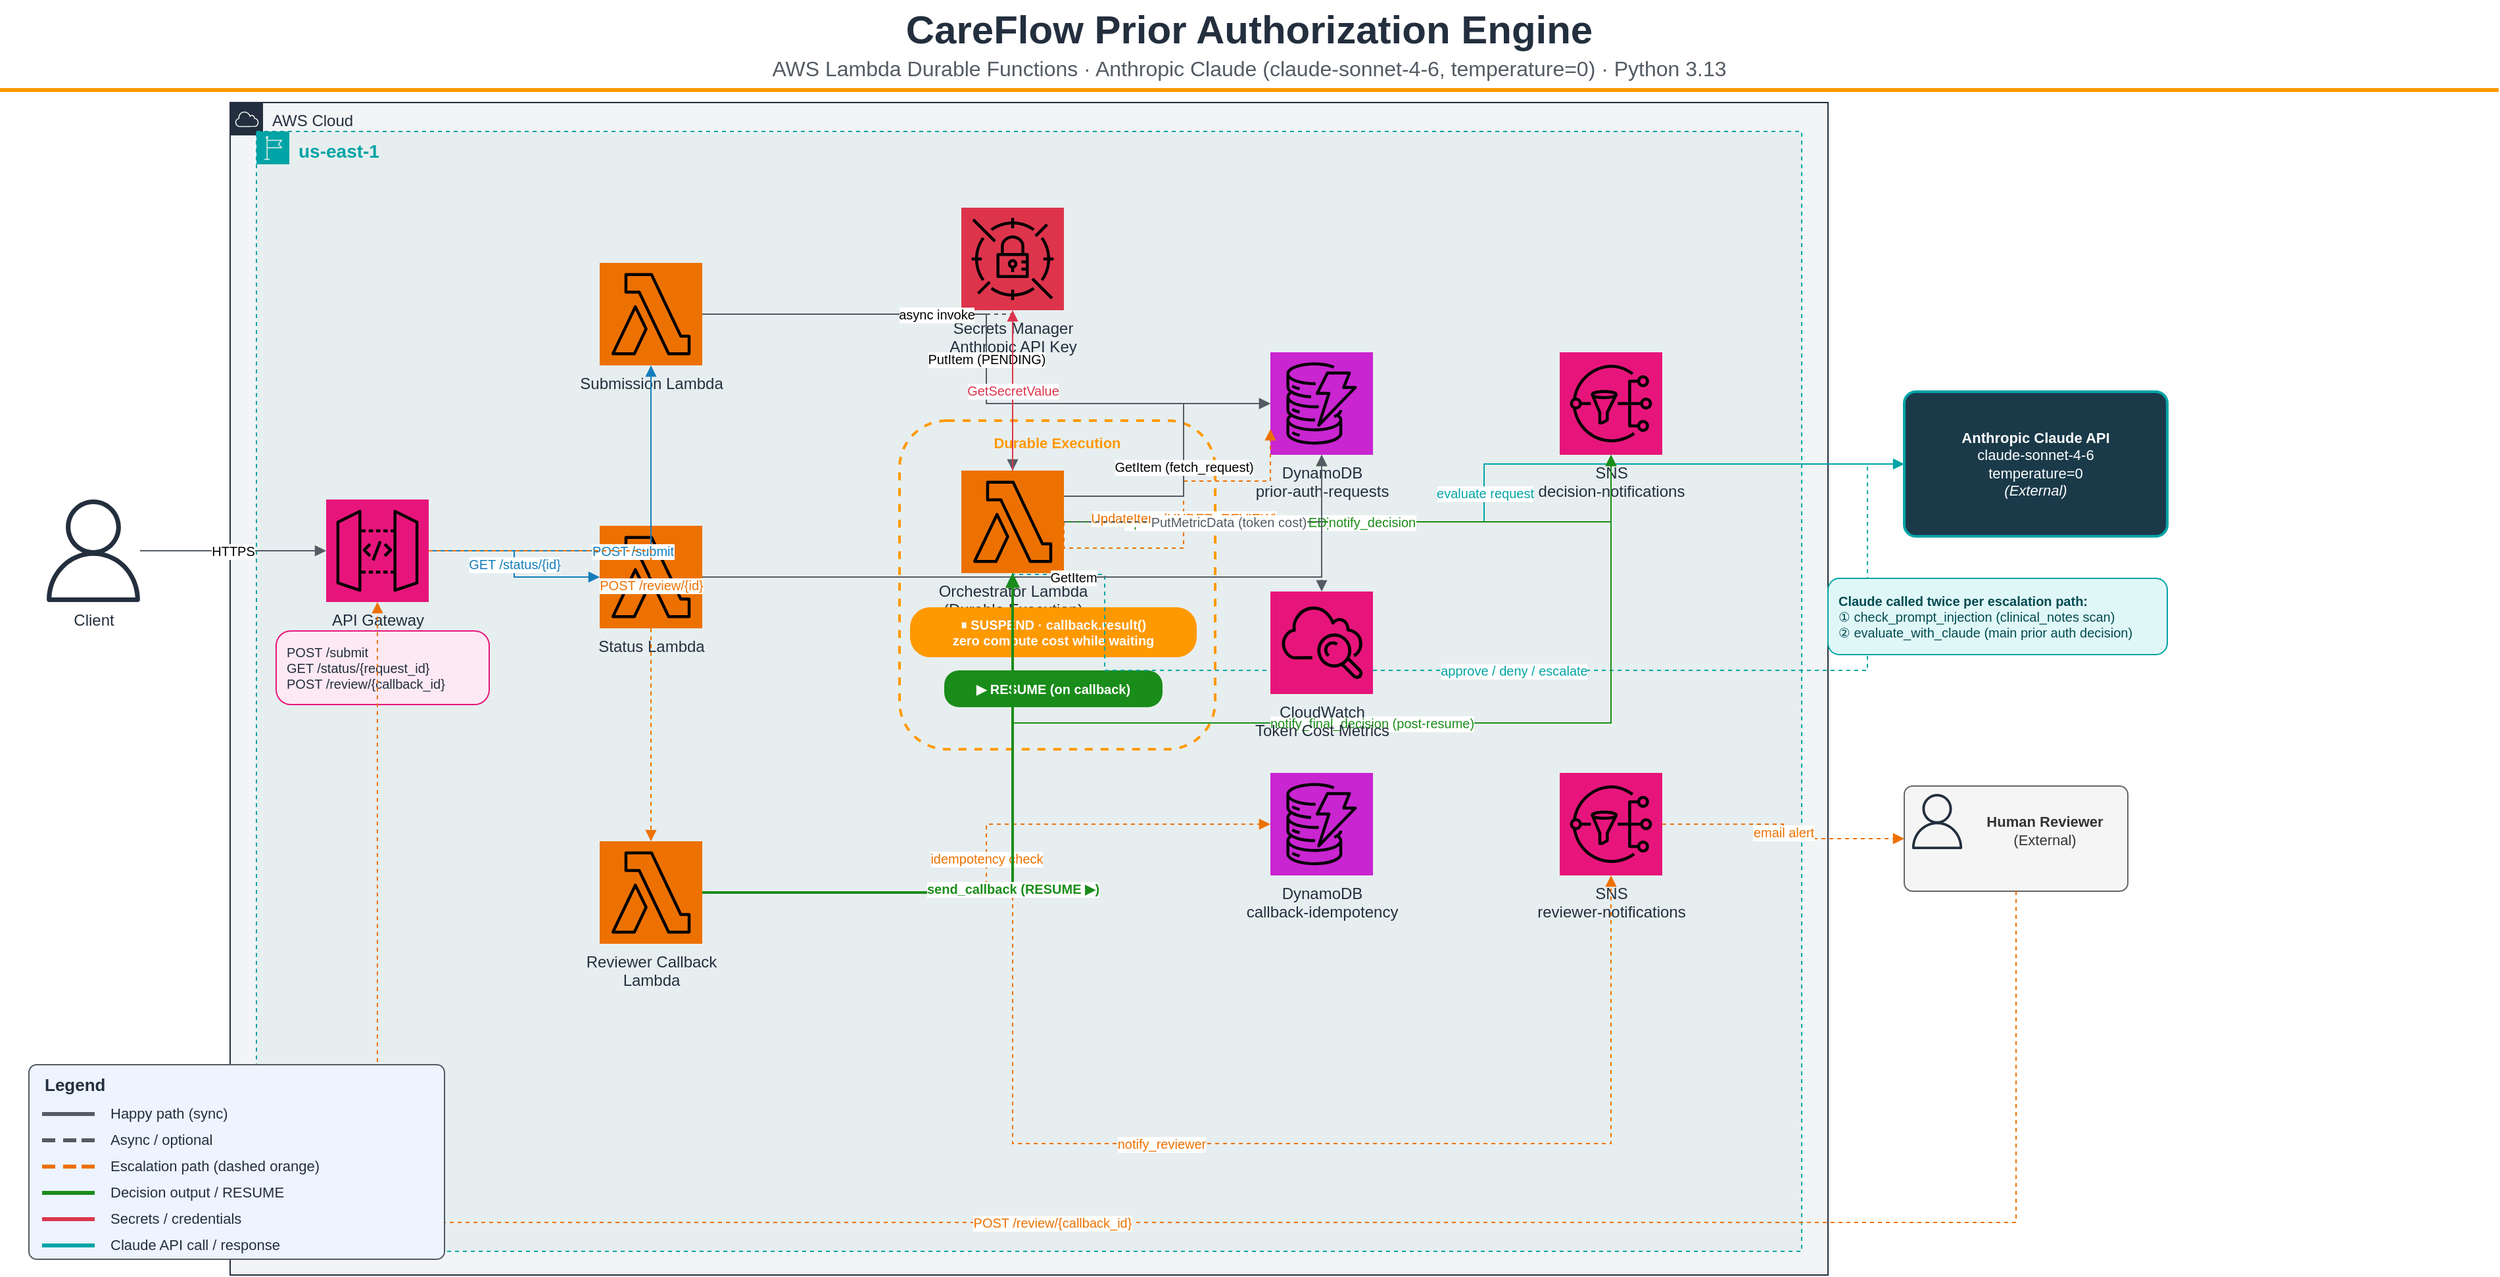
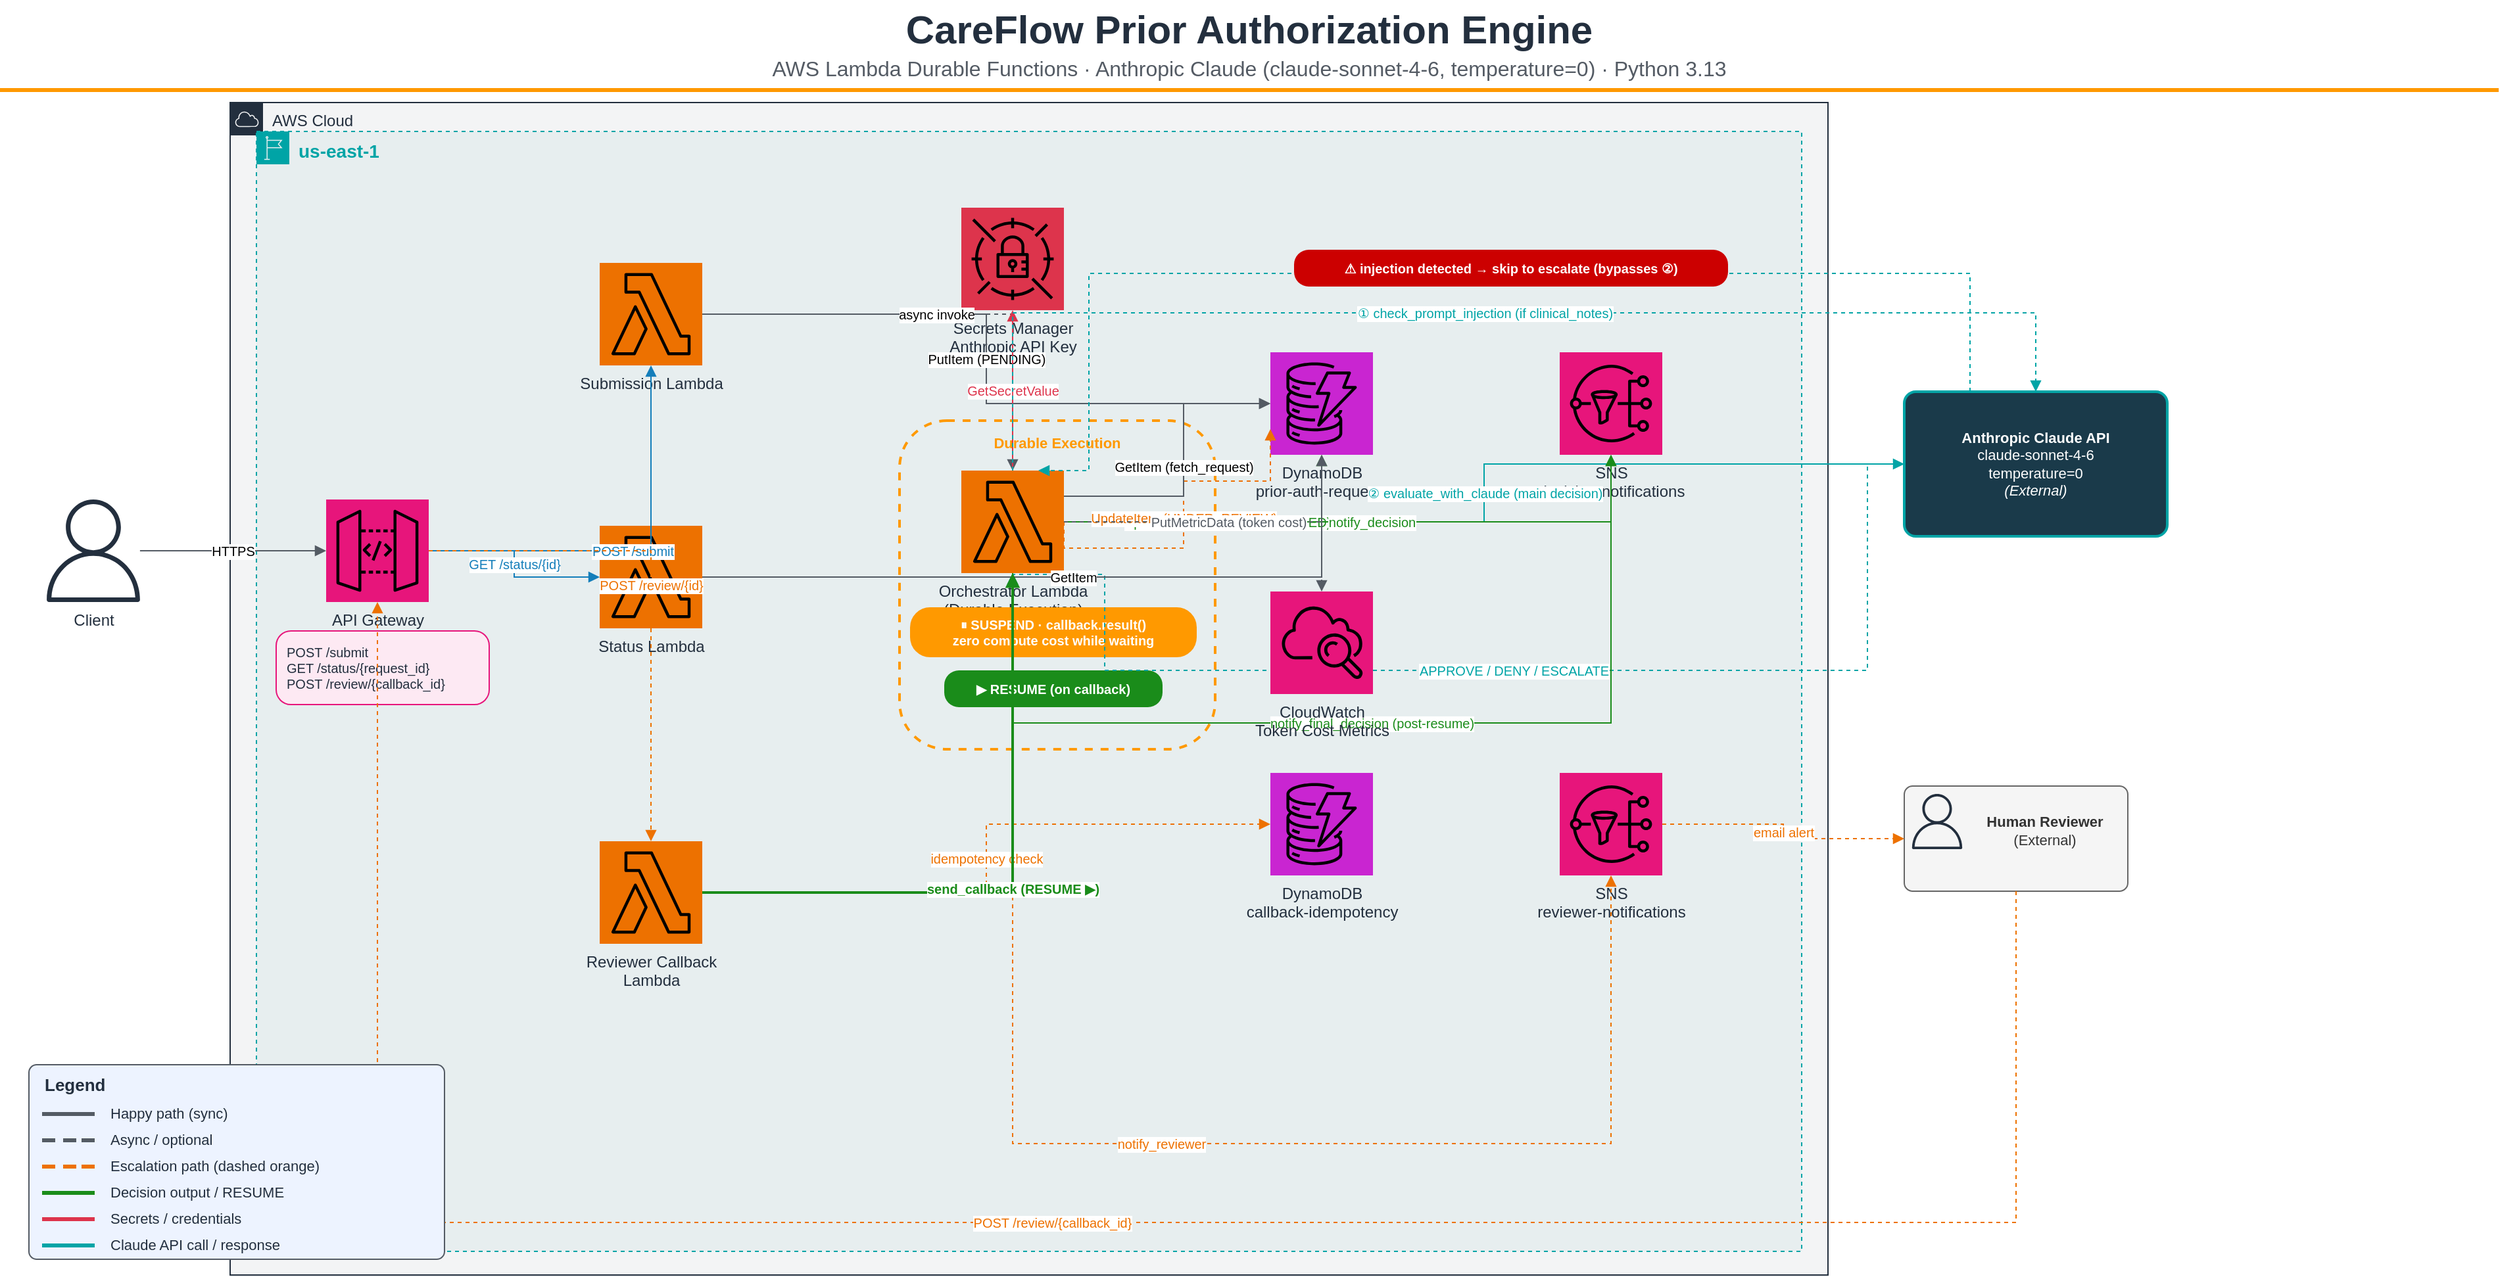
<?xml version="1.0" encoding="UTF-8"?>
<mxGraphModel dx="1422" dy="762" grid="1" gridSize="10" guides="1" tooltips="1" connect="1" arrows="1" fold="1" page="1" pageScale="1" pageWidth="1900" pageHeight="1100" math="0" shadow="0">
  <root>
    <mxCell id="0" />
    <mxCell id="1" parent="0" />

    <mxCell id="title-text" value="CareFlow Prior Authorization Engine" style="text;html=1;strokeColor=none;fillColor=none;align=center;verticalAlign=middle;whiteSpace=wrap;rounded=0;fontSize=30;fontStyle=1;fontFamily=Helvetica;fontColor=#232F3E;" vertex="1" parent="1">
      <mxGeometry x="0" y="10" width="1900" height="44" as="geometry" />
    </mxCell>
    <mxCell id="title-subtitle" value="AWS Lambda Durable Functions · Anthropic Claude (claude-sonnet-4-6, temperature=0) · Python 3.13" style="text;html=1;strokeColor=none;fillColor=none;align=center;verticalAlign=middle;whiteSpace=wrap;rounded=0;fontSize=16;fontFamily=Helvetica;fontColor=#545B64;" vertex="1" parent="1">
      <mxGeometry x="0" y="50" width="1900" height="24" as="geometry" />
    </mxCell>
    <mxCell id="title-line" value="" style="rounded=0;whiteSpace=wrap;html=1;fillColor=#FF9900;strokeColor=none;" vertex="1" parent="1">
      <mxGeometry x="0" y="77" width="1900" height="3" as="geometry" />
    </mxCell>

    <mxCell id="aws-cloud" value="AWS Cloud" style="points=[[0,0],[0.25,0],[0.5,0],[0.75,0],[1,0],[1,0.25],[1,0.5],[1,0.75],[1,1],[0.75,1],[0.5,1],[0.25,1],[0,1],[0,0.75],[0,0.5],[0,0.25]];outlineConnect=0;gradientColor=none;html=1;whiteSpace=wrap;fontSize=12;fontStyle=0;shape=mxgraph.aws4.group;grIcon=mxgraph.aws4.group_aws_cloud;strokeColor=#232F3E;fillColor=light-dark(#232F3E0D,#232F3E0D);fillStyle=auto;verticalAlign=top;align=left;spacingLeft=30;fontColor=#232F3E;dashed=0;container=0;pointerEvents=0;collapsible=0;recursiveResize=0;" vertex="1" parent="1">
      <mxGeometry x="175" y="88" width="1215" height="892" as="geometry" />
    </mxCell>
    <mxCell id="region-us-east-1" value="us-east-1" style="points=[[0,0],[0.25,0],[0.5,0],[0.75,0],[1,0],[1,0.25],[1,0.5],[1,0.75],[1,1],[0.75,1],[0.5,1],[0.25,1],[0,1],[0,0.75],[0,0.5],[0,0.25]];outlineConnect=0;gradientColor=none;html=1;whiteSpace=wrap;fontSize=14;fontStyle=1;shape=mxgraph.aws4.group;grIcon=mxgraph.aws4.group_region;strokeColor=#00A4A6;fillColor=light-dark(#0C7B7D0D,#0C7B7D0D);fillStyle=auto;verticalAlign=top;align=left;spacingLeft=30;fontColor=#00A4A6;dashed=1;container=0;pointerEvents=0;collapsible=0;recursiveResize=0;" vertex="1" parent="1">
      <mxGeometry x="195" y="110" width="1175" height="852" as="geometry" />
    </mxCell>

    <mxCell id="client-actor" value="Client" style="outlineConnect=0;fontColor=#232F3E;gradientColor=none;fillColor=#232F3E;strokeColor=none;dashed=0;verticalLabelPosition=bottom;verticalAlign=top;align=center;html=1;fontSize=12;fontStyle=0;aspect=fixed;pointerEvents=1;shape=mxgraph.aws4.user;" vertex="1" parent="1">
      <mxGeometry x="32" y="390" width="78" height="78" as="geometry" />
    </mxCell>

    <mxCell id="claude-api-bg" value="" style="rounded=1;whiteSpace=wrap;html=1;fillColor=#1a3a4a;strokeColor=#00A4A6;strokeWidth=2;arcSize=8;" vertex="1" parent="1">
      <mxGeometry x="1448" y="308" width="200" height="110" as="geometry" />
    </mxCell>
    <mxCell id="claude-api-label" value="&lt;font color=&quot;#ffffff&quot;&gt;&lt;b&gt;Anthropic Claude API&lt;/b&gt;&lt;br&gt;claude-sonnet-4-6&lt;br&gt;temperature=0&lt;br&gt;&lt;i&gt;(External)&lt;/i&gt;&lt;/font&gt;" style="text;html=1;strokeColor=none;fillColor=none;align=center;verticalAlign=middle;whiteSpace=wrap;rounded=0;fontSize=11;fontFamily=Helvetica;" vertex="1" parent="1">
      <mxGeometry x="1448" y="308" width="200" height="110" as="geometry" />
    </mxCell>

    <mxCell id="human-reviewer-bg" value="" style="rounded=1;whiteSpace=wrap;html=1;fillColor=#f5f5f5;strokeColor=#666666;arcSize=8;" vertex="1" parent="1">
      <mxGeometry x="1448" y="608" width="170" height="80" as="geometry" />
    </mxCell>
    <mxCell id="human-reviewer-icon" value="" style="outlineConnect=0;fontColor=#232F3E;gradientColor=none;fillColor=#232F3E;strokeColor=none;dashed=0;verticalLabelPosition=bottom;verticalAlign=top;align=center;html=1;fontSize=12;fontStyle=0;aspect=fixed;pointerEvents=1;shape=mxgraph.aws4.user;" vertex="1" parent="1">
      <mxGeometry x="1452" y="614" width="42" height="42" as="geometry" />
    </mxCell>
    <mxCell id="human-reviewer-label" value="&lt;b&gt;Human Reviewer&lt;/b&gt;&lt;br&gt;(External)" style="text;html=1;strokeColor=none;fillColor=none;align=center;verticalAlign=middle;whiteSpace=wrap;rounded=0;fontSize=11;fontFamily=Helvetica;fontColor=#333333;" vertex="1" parent="1">
      <mxGeometry x="1494" y="614" width="122" height="56" as="geometry" />
    </mxCell>

    <mxCell id="apigw" value="API Gateway&lt;br&gt;HTTP API v2" style="outlineConnect=0;fontColor=#232F3E;gradientColor=none;fillColor=#E7157B;strokeColor=none;dashed=0;verticalLabelPosition=bottom;verticalAlign=top;align=center;html=1;fontSize=12;fontStyle=0;aspect=fixed;pointerEvents=1;shape=mxgraph.aws4.resourceIcon;resIcon=mxgraph.aws4.api_gateway;" vertex="1" parent="1">
      <mxGeometry x="248" y="390" width="78" height="78" as="geometry" />
    </mxCell>
    <mxCell id="apigw-routes" value="POST /submit&lt;br&gt;GET /status/{request_id}&lt;br&gt;POST /review/{callback_id}" style="text;html=1;strokeColor=#E7157B;fillColor=light-dark(#FDE9F3,#2D1020);fillStyle=auto;align=left;verticalAlign=middle;whiteSpace=wrap;rounded=1;fontSize=10;fontFamily=Helvetica;fontColor=light-dark(#232F3E,#ffffff);arcSize=20;spacingLeft=6;" vertex="1" parent="1">
      <mxGeometry x="210" y="490" width="162" height="56" as="geometry" />
    </mxCell>

    <mxCell id="lambda-submission" value="Submission Lambda" style="outlineConnect=0;fontColor=#232F3E;gradientColor=none;fillColor=#ED7100;strokeColor=none;dashed=0;verticalLabelPosition=bottom;verticalAlign=top;align=center;html=1;fontSize=12;fontStyle=0;aspect=fixed;pointerEvents=1;shape=mxgraph.aws4.resourceIcon;resIcon=mxgraph.aws4.lambda;" vertex="1" parent="1">
      <mxGeometry x="456" y="210" width="78" height="78" as="geometry" />
    </mxCell>
    <mxCell id="lambda-status" value="Status Lambda" style="outlineConnect=0;fontColor=#232F3E;gradientColor=none;fillColor=#ED7100;strokeColor=none;dashed=0;verticalLabelPosition=bottom;verticalAlign=top;align=center;html=1;fontSize=12;fontStyle=0;aspect=fixed;pointerEvents=1;shape=mxgraph.aws4.resourceIcon;resIcon=mxgraph.aws4.lambda;" vertex="1" parent="1">
      <mxGeometry x="456" y="410" width="78" height="78" as="geometry" />
    </mxCell>
    <mxCell id="lambda-reviewer-cb" value="Reviewer Callback&lt;br&gt;Lambda" style="outlineConnect=0;fontColor=#232F3E;gradientColor=none;fillColor=#ED7100;strokeColor=none;dashed=0;verticalLabelPosition=bottom;verticalAlign=top;align=center;html=1;fontSize=12;fontStyle=0;aspect=fixed;pointerEvents=1;shape=mxgraph.aws4.resourceIcon;resIcon=mxgraph.aws4.lambda;" vertex="1" parent="1">
      <mxGeometry x="456" y="650" width="78" height="78" as="geometry" />
    </mxCell>

    <mxCell id="durable-group" value="Durable Execution" style="rounded=1;whiteSpace=wrap;html=1;fillColor=none;strokeColor=#FF9900;dashed=1;strokeWidth=2;verticalAlign=top;align=center;fontSize=11;fontStyle=1;fontFamily=Helvetica;fontColor=#FF9900;spacingTop=4;" vertex="1" parent="1">
      <mxGeometry x="684" y="330" width="240" height="250" as="geometry" />
    </mxCell>

    <mxCell id="secrets-mgr" value="Secrets Manager&lt;br&gt;Anthropic API Key" style="outlineConnect=0;fontColor=#232F3E;gradientColor=none;fillColor=#DD344C;strokeColor=none;dashed=0;verticalLabelPosition=bottom;verticalAlign=top;align=center;html=1;fontSize=12;fontStyle=0;aspect=fixed;pointerEvents=1;shape=mxgraph.aws4.resourceIcon;resIcon=mxgraph.aws4.secrets_manager;" vertex="1" parent="1">
      <mxGeometry x="731" y="168" width="78" height="78" as="geometry" />
    </mxCell>

    <mxCell id="lambda-orchestrator" value="Orchestrator Lambda&lt;br&gt;(Durable Execution)" style="outlineConnect=0;fontColor=#232F3E;gradientColor=none;fillColor=#ED7100;strokeColor=none;dashed=0;verticalLabelPosition=bottom;verticalAlign=top;align=center;html=1;fontSize=12;fontStyle=0;aspect=fixed;pointerEvents=1;shape=mxgraph.aws4.resourceIcon;resIcon=mxgraph.aws4.lambda;" vertex="1" parent="1">
      <mxGeometry x="731" y="368" width="78" height="78" as="geometry" />
    </mxCell>

    <mxCell id="suspend-badge" value="&#x23F8; SUSPEND · callback.result()&lt;br&gt;zero compute cost while waiting" style="rounded=1;whiteSpace=wrap;html=1;fillColor=#FF9900;strokeColor=none;fontColor=#ffffff;fontSize=10;fontStyle=1;fontFamily=Helvetica;arcSize=40;" vertex="1" parent="1">
      <mxGeometry x="692" y="472" width="218" height="38" as="geometry" />
    </mxCell>
    <mxCell id="resume-badge" value="&#x25B6; RESUME (on callback)" style="rounded=1;whiteSpace=wrap;html=1;fillColor=#1a8c1a;strokeColor=none;fontColor=#ffffff;fontSize=10;fontStyle=1;fontFamily=Helvetica;arcSize=40;" vertex="1" parent="1">
      <mxGeometry x="718" y="520" width="166" height="28" as="geometry" />
    </mxCell>

    <mxCell id="dynamo-requests" value="DynamoDB&lt;br&gt;prior-auth-requests" style="outlineConnect=0;fontColor=#232F3E;gradientColor=none;fillColor=#C925D1;strokeColor=none;dashed=0;verticalLabelPosition=bottom;verticalAlign=top;align=center;html=1;fontSize=12;fontStyle=0;aspect=fixed;pointerEvents=1;shape=mxgraph.aws4.resourceIcon;resIcon=mxgraph.aws4.dynamodb;" vertex="1" parent="1">
      <mxGeometry x="966" y="278" width="78" height="78" as="geometry" />
    </mxCell>
    <mxCell id="dynamo-idempotency" value="DynamoDB&lt;br&gt;callback-idempotency" style="outlineConnect=0;fontColor=#232F3E;gradientColor=none;fillColor=#C925D1;strokeColor=none;dashed=0;verticalLabelPosition=bottom;verticalAlign=top;align=center;html=1;fontSize=12;fontStyle=0;aspect=fixed;pointerEvents=1;shape=mxgraph.aws4.resourceIcon;resIcon=mxgraph.aws4.dynamodb;" vertex="1" parent="1">
      <mxGeometry x="966" y="598" width="78" height="78" as="geometry" />
    </mxCell>

    <mxCell id="sns-decisions" value="SNS&lt;br&gt;decision-notifications" style="outlineConnect=0;fontColor=#232F3E;gradientColor=none;fillColor=#E7157B;strokeColor=none;dashed=0;verticalLabelPosition=bottom;verticalAlign=top;align=center;html=1;fontSize=12;fontStyle=0;aspect=fixed;pointerEvents=1;shape=mxgraph.aws4.resourceIcon;resIcon=mxgraph.aws4.sns;" vertex="1" parent="1">
      <mxGeometry x="1186" y="278" width="78" height="78" as="geometry" />
    </mxCell>
    <mxCell id="sns-reviewer" value="SNS&lt;br&gt;reviewer-notifications" style="outlineConnect=0;fontColor=#232F3E;gradientColor=none;fillColor=#E7157B;strokeColor=none;dashed=0;verticalLabelPosition=bottom;verticalAlign=top;align=center;html=1;fontSize=12;fontStyle=0;aspect=fixed;pointerEvents=1;shape=mxgraph.aws4.resourceIcon;resIcon=mxgraph.aws4.sns;" vertex="1" parent="1">
      <mxGeometry x="1186" y="598" width="78" height="78" as="geometry" />
    </mxCell>

    <mxCell id="edge-client-apigw" value="HTTPS" style="edgeStyle=orthogonalEdgeStyle;html=1;endArrow=block;endFill=1;startArrow=none;strokeColor=#545B64;rounded=0;fontFamily=Helvetica;fontSize=10;" edge="1" source="client-actor" target="apigw" parent="1">
      <mxGeometry relative="1" as="geometry" />
    </mxCell>

    <mxCell id="edge-apigw-submission" value="POST /submit" style="edgeStyle=orthogonalEdgeStyle;html=1;endArrow=block;endFill=1;startArrow=none;strokeColor=#147EBA;fontColor=#147EBA;rounded=0;fontFamily=Helvetica;fontSize=10;" edge="1" source="apigw" target="lambda-submission" parent="1">
      <mxGeometry relative="1" as="geometry" />
    </mxCell>
    <mxCell id="edge-apigw-status" value="GET /status/{id}" style="edgeStyle=orthogonalEdgeStyle;html=1;endArrow=block;endFill=1;startArrow=none;strokeColor=#147EBA;fontColor=#147EBA;rounded=0;fontFamily=Helvetica;fontSize=10;" edge="1" source="apigw" target="lambda-status" parent="1">
      <mxGeometry relative="1" as="geometry" />
    </mxCell>
    <mxCell id="edge-apigw-reviewer-cb" value="POST /review/{id}" style="edgeStyle=orthogonalEdgeStyle;html=1;endArrow=block;endFill=1;startArrow=none;strokeColor=#ED7100;fontColor=#ED7100;rounded=0;dashed=1;fontFamily=Helvetica;fontSize=10;" edge="1" source="apigw" target="lambda-reviewer-cb" parent="1">
      <mxGeometry relative="1" as="geometry" />
    </mxCell>

    <mxCell id="edge-submission-dynamo" value="PutItem (PENDING)" style="edgeStyle=orthogonalEdgeStyle;html=1;endArrow=block;endFill=1;startArrow=none;strokeColor=#545B64;rounded=0;fontFamily=Helvetica;fontSize=10;" edge="1" source="lambda-submission" target="dynamo-requests" parent="1">
      <mxGeometry relative="1" as="geometry" />
    </mxCell>
    <mxCell id="edge-submission-orchestrator" value="async invoke" style="edgeStyle=orthogonalEdgeStyle;html=1;endArrow=block;endFill=1;startArrow=none;strokeColor=#545B64;rounded=0;dashed=1;fontFamily=Helvetica;fontSize=10;" edge="1" source="lambda-submission" target="lambda-orchestrator" parent="1">
      <mxGeometry relative="1" as="geometry" />
    </mxCell>

    <mxCell id="edge-orchestrator-secrets" value="GetSecretValue" style="edgeStyle=orthogonalEdgeStyle;html=1;endArrow=block;endFill=1;startArrow=none;strokeColor=#DD344C;fontColor=#DD344C;rounded=0;fontFamily=Helvetica;fontSize=10;" edge="1" source="lambda-orchestrator" target="secrets-mgr" parent="1">
      <mxGeometry relative="1" as="geometry" />
    </mxCell>

-     <mxCell id="edge-orchestrator-claude" value="evaluate request" style="edgeStyle=orthogonalEdgeStyle;html=1;endArrow=block;endFill=1;startArrow=none;strokeColor=#00A4A6;fontColor=#00A4A6;rounded=0;fontFamily=Helvetica;fontSize=10;" edge="1" source="lambda-orchestrator" target="claude-api-bg" parent="1">
-       <mxGeometry relative="1" as="geometry" />
-     </mxCell>
-     <mxCell id="edge-claude-orchestrator" value="approve / deny / escalate" style="edgeStyle=orthogonalEdgeStyle;html=1;endArrow=block;endFill=1;startArrow=none;strokeColor=#00A4A6;fontColor=#00A4A6;rounded=0;dashed=1;fontFamily=Helvetica;fontSize=10;exitX=0;exitY=0.5;exitDx=0;exitDy=0;" edge="1" source="claude-api-bg" target="lambda-orchestrator" parent="1">
+     <!-- Step ①: check_prompt_injection — routed above main eval arrow -->
+     <mxCell id="edge-orchestrator-claude-injection" value="① check_prompt_injection (if clinical_notes)" style="edgeStyle=orthogonalEdgeStyle;html=1;endArrow=block;endFill=1;startArrow=none;strokeColor=#00A4A6;fontColor=#00A4A6;rounded=0;dashed=1;fontFamily=Helvetica;fontSize=10;exitX=0.5;exitY=0;exitDx=0;exitDy=0;entryX=0.5;entryY=0;entryDx=0;entryDy=0;" edge="1" source="lambda-orchestrator" target="claude-api-bg" parent="1">
+       <mxGeometry relative="1" as="geometry">
+         <Array as="points">
+           <mxPoint x="770" y="248" />
+           <mxPoint x="1548" y="248" />
+         </Array>
+       </mxGeometry>
+     </mxCell>
+     <!-- Injection result return — short path back from top of Claude box -->
+     <mxCell id="edge-injection-return" value="safe / injection_detected" style="edgeStyle=orthogonalEdgeStyle;html=1;endArrow=block;endFill=1;startArrow=none;strokeColor=#00A4A6;fontColor=#00A4A6;rounded=0;dashed=1;fontFamily=Helvetica;fontSize=10;exitX=0.25;exitY=0;exitDx=0;exitDy=0;entryX=0.75;entryY=0;entryDx=0;entryDy=0;" edge="1" source="claude-api-bg" target="lambda-orchestrator" parent="1">
+       <mxGeometry relative="1" as="geometry">
+         <Array as="points">
+           <mxPoint x="1498" y="218" />
+           <mxPoint x="828" y="218" />
+         </Array>
+       </mxGeometry>
+     </mxCell>
+     <!-- Injection detected bypass badge -->
+     <mxCell id="injection-bypass-badge" value="⚠ injection detected → skip to escalate (bypasses ②)" style="rounded=1;whiteSpace=wrap;html=1;fillColor=#CC0000;strokeColor=none;fontColor=#ffffff;fontSize=10;fontStyle=1;fontFamily=Helvetica;arcSize=40;" vertex="1" parent="1">
+       <mxGeometry x="984" y="200" width="330" height="28" as="geometry" />
+     </mxCell>
+     <!-- Step ②: main Claude evaluation -->
+     <mxCell id="edge-orchestrator-claude" value="② evaluate_with_claude (main decision)" style="edgeStyle=orthogonalEdgeStyle;html=1;endArrow=block;endFill=1;startArrow=none;strokeColor=#00A4A6;fontColor=#00A4A6;rounded=0;fontFamily=Helvetica;fontSize=10;exitX=1;exitY=0.5;exitDx=0;exitDy=0;entryX=0;entryY=0.5;entryDx=0;entryDy=0;" edge="1" source="lambda-orchestrator" target="claude-api-bg" parent="1">
+       <mxGeometry relative="1" as="geometry" />
+     </mxCell>
+     <mxCell id="edge-claude-orchestrator" value="APPROVE / DENY / ESCALATE" style="edgeStyle=orthogonalEdgeStyle;html=1;endArrow=block;endFill=1;startArrow=none;strokeColor=#00A4A6;fontColor=#00A4A6;rounded=0;dashed=1;fontFamily=Helvetica;fontSize=10;exitX=0;exitY=0.5;exitDx=0;exitDy=0;" edge="1" source="claude-api-bg" target="lambda-orchestrator" parent="1">
      <mxGeometry relative="1" as="geometry">
        <Array as="points">
          <mxPoint x="1420" y="363" />
          <mxPoint x="1420" y="520" />
          <mxPoint x="840" y="520" />
          <mxPoint x="840" y="447" />
        </Array>
      </mxGeometry>
    </mxCell>

    <mxCell id="edge-orchestrator-dynamo-happy" value="UpdateItem (APPROVED/DENIED)" style="edgeStyle=orthogonalEdgeStyle;html=1;endArrow=block;endFill=1;startArrow=none;strokeColor=#1a8c1a;fontColor=#1a8c1a;rounded=0;fontFamily=Helvetica;fontSize=10;" edge="1" source="lambda-orchestrator" target="dynamo-requests" parent="1">
      <mxGeometry relative="1" as="geometry" />
    </mxCell>
    <mxCell id="edge-orchestrator-sns-decisions-happy" value="notify_decision" style="edgeStyle=orthogonalEdgeStyle;html=1;endArrow=block;endFill=1;startArrow=none;strokeColor=#1a8c1a;fontColor=#1a8c1a;rounded=0;fontFamily=Helvetica;fontSize=10;" edge="1" source="lambda-orchestrator" target="sns-decisions" parent="1">
      <mxGeometry relative="1" as="geometry" />
    </mxCell>

    <mxCell id="edge-status-dynamo" value="GetItem" style="edgeStyle=orthogonalEdgeStyle;html=1;endArrow=block;endFill=1;startArrow=none;strokeColor=#545B64;rounded=0;fontFamily=Helvetica;fontSize=10;" edge="1" source="lambda-status" target="dynamo-requests" parent="1">
      <mxGeometry relative="1" as="geometry" />
    </mxCell>

    <mxCell id="edge-orchestrator-dynamo-escalate" value="UpdateItem (UNDER_REVIEW)" style="edgeStyle=orthogonalEdgeStyle;html=1;endArrow=block;endFill=1;startArrow=none;strokeColor=#ED7100;fontColor=#ED7100;rounded=0;dashed=1;fontFamily=Helvetica;fontSize=10;exitX=1;exitY=0.5;exitDx=0;exitDy=0;entryX=0;entryY=0.75;entryDx=0;entryDy=0;" edge="1" source="lambda-orchestrator" target="dynamo-requests" parent="1">
      <mxGeometry relative="1" as="geometry">
        <Array as="points">
          <mxPoint x="900" y="427" />
          <mxPoint x="900" y="376" />
        </Array>
      </mxGeometry>
    </mxCell>
    <mxCell id="edge-orchestrator-sns-reviewer" value="notify_reviewer" style="edgeStyle=orthogonalEdgeStyle;html=1;endArrow=block;endFill=1;startArrow=none;strokeColor=#ED7100;fontColor=#ED7100;rounded=0;dashed=1;fontFamily=Helvetica;fontSize=10;exitX=0.5;exitY=1;exitDx=0;exitDy=0;" edge="1" source="lambda-orchestrator" target="sns-reviewer" parent="1">
      <mxGeometry relative="1" as="geometry">
        <Array as="points">
          <mxPoint x="770" y="880" />
          <mxPoint x="1225" y="880" />
        </Array>
      </mxGeometry>
    </mxCell>

    <mxCell id="edge-sns-reviewer-human" value="email alert" style="edgeStyle=orthogonalEdgeStyle;html=1;endArrow=block;endFill=1;startArrow=none;strokeColor=#ED7100;fontColor=#ED7100;rounded=0;dashed=1;fontFamily=Helvetica;fontSize=10;" edge="1" source="sns-reviewer" target="human-reviewer-bg" parent="1">
      <mxGeometry relative="1" as="geometry" />
    </mxCell>

    <mxCell id="edge-human-apigw" value="POST /review/{callback_id}" style="edgeStyle=orthogonalEdgeStyle;html=1;endArrow=block;endFill=1;startArrow=none;strokeColor=#ED7100;fontColor=#ED7100;rounded=0;dashed=1;fontFamily=Helvetica;fontSize=10;" edge="1" source="human-reviewer-bg" target="apigw" parent="1">
      <mxGeometry relative="1" as="geometry">
        <Array as="points">
          <mxPoint x="1533" y="940" />
          <mxPoint x="287" y="940" />
        </Array>
      </mxGeometry>
    </mxCell>

    <mxCell id="edge-reviewer-cb-idempotency" value="idempotency check" style="edgeStyle=orthogonalEdgeStyle;html=1;endArrow=block;endFill=1;startArrow=none;strokeColor=#ED7100;fontColor=#ED7100;rounded=0;dashed=1;fontFamily=Helvetica;fontSize=10;" edge="1" source="lambda-reviewer-cb" target="dynamo-idempotency" parent="1">
      <mxGeometry relative="1" as="geometry" />
    </mxCell>
    <mxCell id="edge-reviewer-cb-orchestrator" value="send_callback (RESUME &#x25B6;)" style="edgeStyle=orthogonalEdgeStyle;html=1;endArrow=block;endFill=1;startArrow=none;strokeColor=#1a8c1a;fontColor=#1a8c1a;strokeWidth=2;rounded=0;fontFamily=Helvetica;fontSize=10;fontStyle=1;" edge="1" source="lambda-reviewer-cb" target="lambda-orchestrator" parent="1">
      <mxGeometry relative="1" as="geometry" />
    </mxCell>

    <mxCell id="edge-orchestrator-sns-decisions-resume" value="notify_final_decision (post-resume)" style="edgeStyle=orthogonalEdgeStyle;html=1;endArrow=block;endFill=1;startArrow=none;strokeColor=#1a8c1a;fontColor=#1a8c1a;rounded=0;fontFamily=Helvetica;fontSize=10;" edge="1" source="lambda-orchestrator" target="sns-decisions" parent="1">
      <mxGeometry relative="1" as="geometry">
        <Array as="points">
          <mxPoint x="840" y="560" />
          <mxPoint x="1225" y="560" />
          <mxPoint x="1225" y="378" />
        </Array>
      </mxGeometry>
    </mxCell>

    <!-- GetItem edge: orchestrator fetches request from DynamoDB (fetch_request step 1) -->
    <mxCell id="edge-orchestrator-dynamo-fetch" value="GetItem (fetch_request)" style="edgeStyle=orthogonalEdgeStyle;html=1;endArrow=block;endFill=1;startArrow=none;strokeColor=#545B64;rounded=0;fontFamily=Helvetica;fontSize=10;exitX=1;exitY=0.25;exitDx=0;exitDy=0;entryX=0;entryY=0.5;entryDx=0;entryDy=0;" edge="1" source="lambda-orchestrator" target="dynamo-requests" parent="1">
      <mxGeometry relative="1" as="geometry">
        <Array as="points">
          <mxPoint x="900" y="388" />
          <mxPoint x="900" y="317" />
        </Array>
      </mxGeometry>
    </mxCell>

    <!-- CloudWatch: save_decision writes token cost metrics -->
    <mxCell id="cloudwatch" value="CloudWatch&lt;br&gt;Token Cost Metrics" style="outlineConnect=0;fontColor=#232F3E;gradientColor=none;fillColor=#E7157B;strokeColor=none;dashed=0;verticalLabelPosition=bottom;verticalAlign=top;align=center;html=1;fontSize=12;fontStyle=0;aspect=fixed;pointerEvents=1;shape=mxgraph.aws4.resourceIcon;resIcon=mxgraph.aws4.cloudwatch;" vertex="1" parent="1">
      <mxGeometry x="966" y="460" width="78" height="78" as="geometry" />
    </mxCell>
    <mxCell id="edge-orchestrator-cloudwatch" value="PutMetricData (token cost)" style="edgeStyle=orthogonalEdgeStyle;html=1;endArrow=block;endFill=1;startArrow=none;strokeColor=#545B64;fontColor=#545B64;rounded=0;dashed=1;fontFamily=Helvetica;fontSize=10;" edge="1" source="lambda-orchestrator" target="cloudwatch" parent="1">
      <mxGeometry relative="1" as="geometry" />
    </mxCell>

-     <!-- Prompt injection annotation: Claude is called twice -->
-     <mxCell id="prompt-injection-note" value="&lt;b&gt;Claude called twice per escalation path:&lt;/b&gt;&lt;br&gt;① check_prompt_injection (clinical_notes scan)&lt;br&gt;② evaluate_with_claude (main prior auth decision)" style="text;html=1;strokeColor=#00A4A6;fillColor=light-dark(#E0F7F8,#003033);fillStyle=auto;align=left;verticalAlign=middle;whiteSpace=wrap;rounded=1;fontSize=10;fontFamily=Helvetica;fontColor=light-dark(#004B50,#E0F7F8);arcSize=15;spacingLeft=6;" vertex="1" parent="1">
-       <mxGeometry x="1390" y="450" width="258" height="58" as="geometry" />
-     </mxCell>
- 
    <mxCell id="legend-bg" value="" style="rounded=1;whiteSpace=wrap;html=1;fillColor=light-dark(#EDF3FF,#305363);fillStyle=auto;strokeColor=#545B64;arcSize=4;" vertex="1" parent="1">
      <mxGeometry x="22" y="820" width="316" height="148" as="geometry" />
    </mxCell>
    <mxCell id="legend-title" value="Legend" style="text;html=1;strokeColor=none;fillColor=none;align=left;verticalAlign=middle;whiteSpace=wrap;rounded=0;fontSize=13;fontStyle=1;fontFamily=Helvetica;fontColor=light-dark(#232F3E,#ffffff);" vertex="1" parent="1">
      <mxGeometry x="32" y="824" width="296" height="22" as="geometry" />
    </mxCell>

    <mxCell id="legend-swatch-1" value="" style="rounded=0;whiteSpace=wrap;html=1;fillColor=#545B64;strokeColor=none;" vertex="1" parent="1">
      <mxGeometry x="32" y="856" width="40" height="3" as="geometry" />
    </mxCell>
    <mxCell id="legend-label-1" value="Happy path (sync)" style="text;html=1;strokeColor=none;fillColor=none;align=left;verticalAlign=middle;whiteSpace=wrap;rounded=0;fontSize=11;fontFamily=Helvetica;fontColor=light-dark(#232F3E,#ffffff);" vertex="1" parent="1">
      <mxGeometry x="82" y="848" width="246" height="18" as="geometry" />
    </mxCell>

    <mxCell id="legend-swatch-2a" value="" style="rounded=0;whiteSpace=wrap;html=1;fillColor=#545B64;strokeColor=none;" vertex="1" parent="1">
      <mxGeometry x="32" y="876" width="10" height="3" as="geometry" />
    </mxCell>
    <mxCell id="legend-swatch-2b" value="" style="rounded=0;whiteSpace=wrap;html=1;fillColor=#545B64;strokeColor=none;" vertex="1" parent="1">
      <mxGeometry x="48" y="876" width="10" height="3" as="geometry" />
    </mxCell>
    <mxCell id="legend-swatch-2c" value="" style="rounded=0;whiteSpace=wrap;html=1;fillColor=#545B64;strokeColor=none;" vertex="1" parent="1">
      <mxGeometry x="62" y="876" width="10" height="3" as="geometry" />
    </mxCell>
    <mxCell id="legend-label-2" value="Async / optional" style="text;html=1;strokeColor=none;fillColor=none;align=left;verticalAlign=middle;whiteSpace=wrap;rounded=0;fontSize=11;fontFamily=Helvetica;fontColor=light-dark(#232F3E,#ffffff);" vertex="1" parent="1">
      <mxGeometry x="82" y="868" width="246" height="18" as="geometry" />
    </mxCell>

    <mxCell id="legend-swatch-3a" value="" style="rounded=0;whiteSpace=wrap;html=1;fillColor=#ED7100;strokeColor=none;" vertex="1" parent="1">
      <mxGeometry x="32" y="896" width="10" height="3" as="geometry" />
    </mxCell>
    <mxCell id="legend-swatch-3b" value="" style="rounded=0;whiteSpace=wrap;html=1;fillColor=#ED7100;strokeColor=none;" vertex="1" parent="1">
      <mxGeometry x="48" y="896" width="10" height="3" as="geometry" />
    </mxCell>
    <mxCell id="legend-swatch-3c" value="" style="rounded=0;whiteSpace=wrap;html=1;fillColor=#ED7100;strokeColor=none;" vertex="1" parent="1">
      <mxGeometry x="62" y="896" width="10" height="3" as="geometry" />
    </mxCell>
    <mxCell id="legend-label-3" value="Escalation path (dashed orange)" style="text;html=1;strokeColor=none;fillColor=none;align=left;verticalAlign=middle;whiteSpace=wrap;rounded=0;fontSize=11;fontFamily=Helvetica;fontColor=light-dark(#232F3E,#ffffff);" vertex="1" parent="1">
      <mxGeometry x="82" y="888" width="246" height="18" as="geometry" />
    </mxCell>

    <mxCell id="legend-swatch-4" value="" style="rounded=0;whiteSpace=wrap;html=1;fillColor=#1a8c1a;strokeColor=none;" vertex="1" parent="1">
      <mxGeometry x="32" y="916" width="40" height="3" as="geometry" />
    </mxCell>
    <mxCell id="legend-label-4" value="Decision output / RESUME" style="text;html=1;strokeColor=none;fillColor=none;align=left;verticalAlign=middle;whiteSpace=wrap;rounded=0;fontSize=11;fontFamily=Helvetica;fontColor=light-dark(#232F3E,#ffffff);" vertex="1" parent="1">
      <mxGeometry x="82" y="908" width="246" height="18" as="geometry" />
    </mxCell>

    <mxCell id="legend-swatch-5" value="" style="rounded=0;whiteSpace=wrap;html=1;fillColor=#DD344C;strokeColor=none;" vertex="1" parent="1">
      <mxGeometry x="32" y="936" width="40" height="3" as="geometry" />
    </mxCell>
    <mxCell id="legend-label-5" value="Secrets / credentials" style="text;html=1;strokeColor=none;fillColor=none;align=left;verticalAlign=middle;whiteSpace=wrap;rounded=0;fontSize=11;fontFamily=Helvetica;fontColor=light-dark(#232F3E,#ffffff);" vertex="1" parent="1">
      <mxGeometry x="82" y="928" width="246" height="18" as="geometry" />
    </mxCell>

    <mxCell id="legend-swatch-6" value="" style="rounded=0;whiteSpace=wrap;html=1;fillColor=#00A4A6;strokeColor=none;" vertex="1" parent="1">
      <mxGeometry x="32" y="956" width="40" height="3" as="geometry" />
    </mxCell>
    <mxCell id="legend-label-6" value="Claude API call / response" style="text;html=1;strokeColor=none;fillColor=none;align=left;verticalAlign=middle;whiteSpace=wrap;rounded=0;fontSize=11;fontFamily=Helvetica;fontColor=light-dark(#232F3E,#ffffff);" vertex="1" parent="1">
      <mxGeometry x="82" y="948" width="246" height="18" as="geometry" />
    </mxCell>

  </root>
</mxGraphModel>
